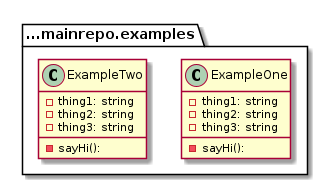
Above: graph.png in tbal999/pumlaction (PlantUML), before the change.
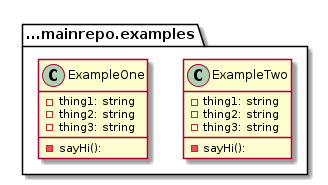
After the commit.

Diff of the diagram source:
```diff
@@ -1,4 +1,12 @@
 @startuml
+package ...mainrepo.examples{
+class ExampleTwo {
+-thing1: string
+-thing2: string
+-thing3: string
+-sayHi():
+}
+}
 package ...mainrepo.examples{
 class ExampleOne {
 -thing1: string
@@ -7,13 +15,5 @@
 -sayHi():
 }
 }
-package ...mainrepo.examples{
-class ExampleTwo {
--thing1: string
--thing2: string
--thing3: string
--sayHi():
-}
-}
 
 @enduml
```
